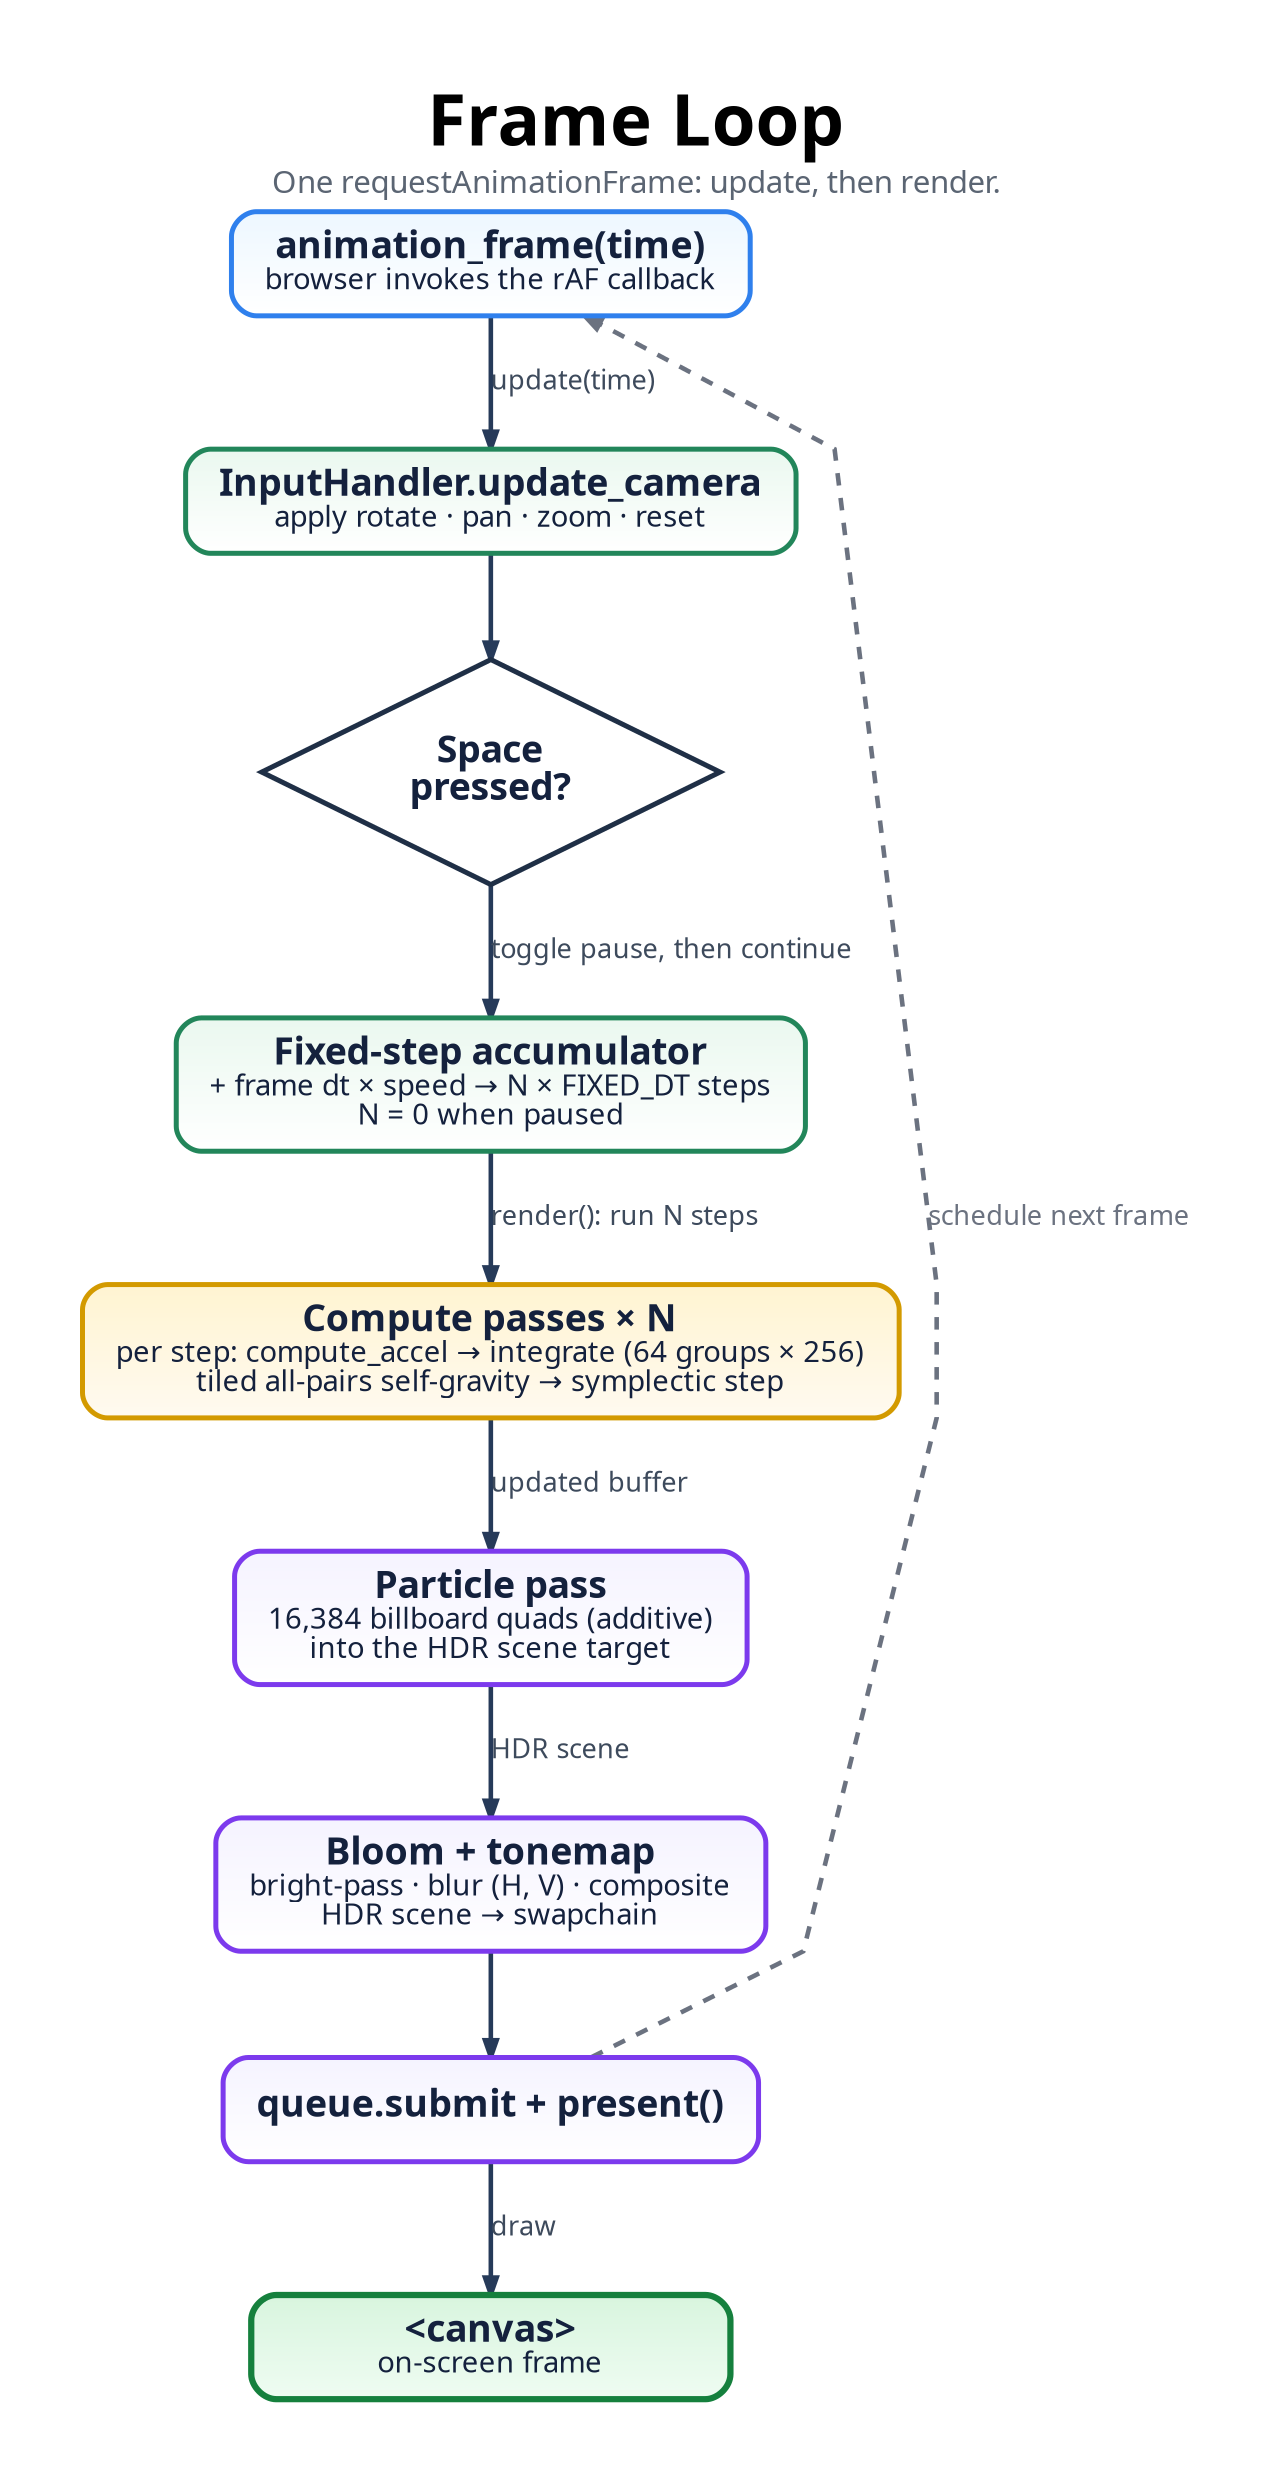
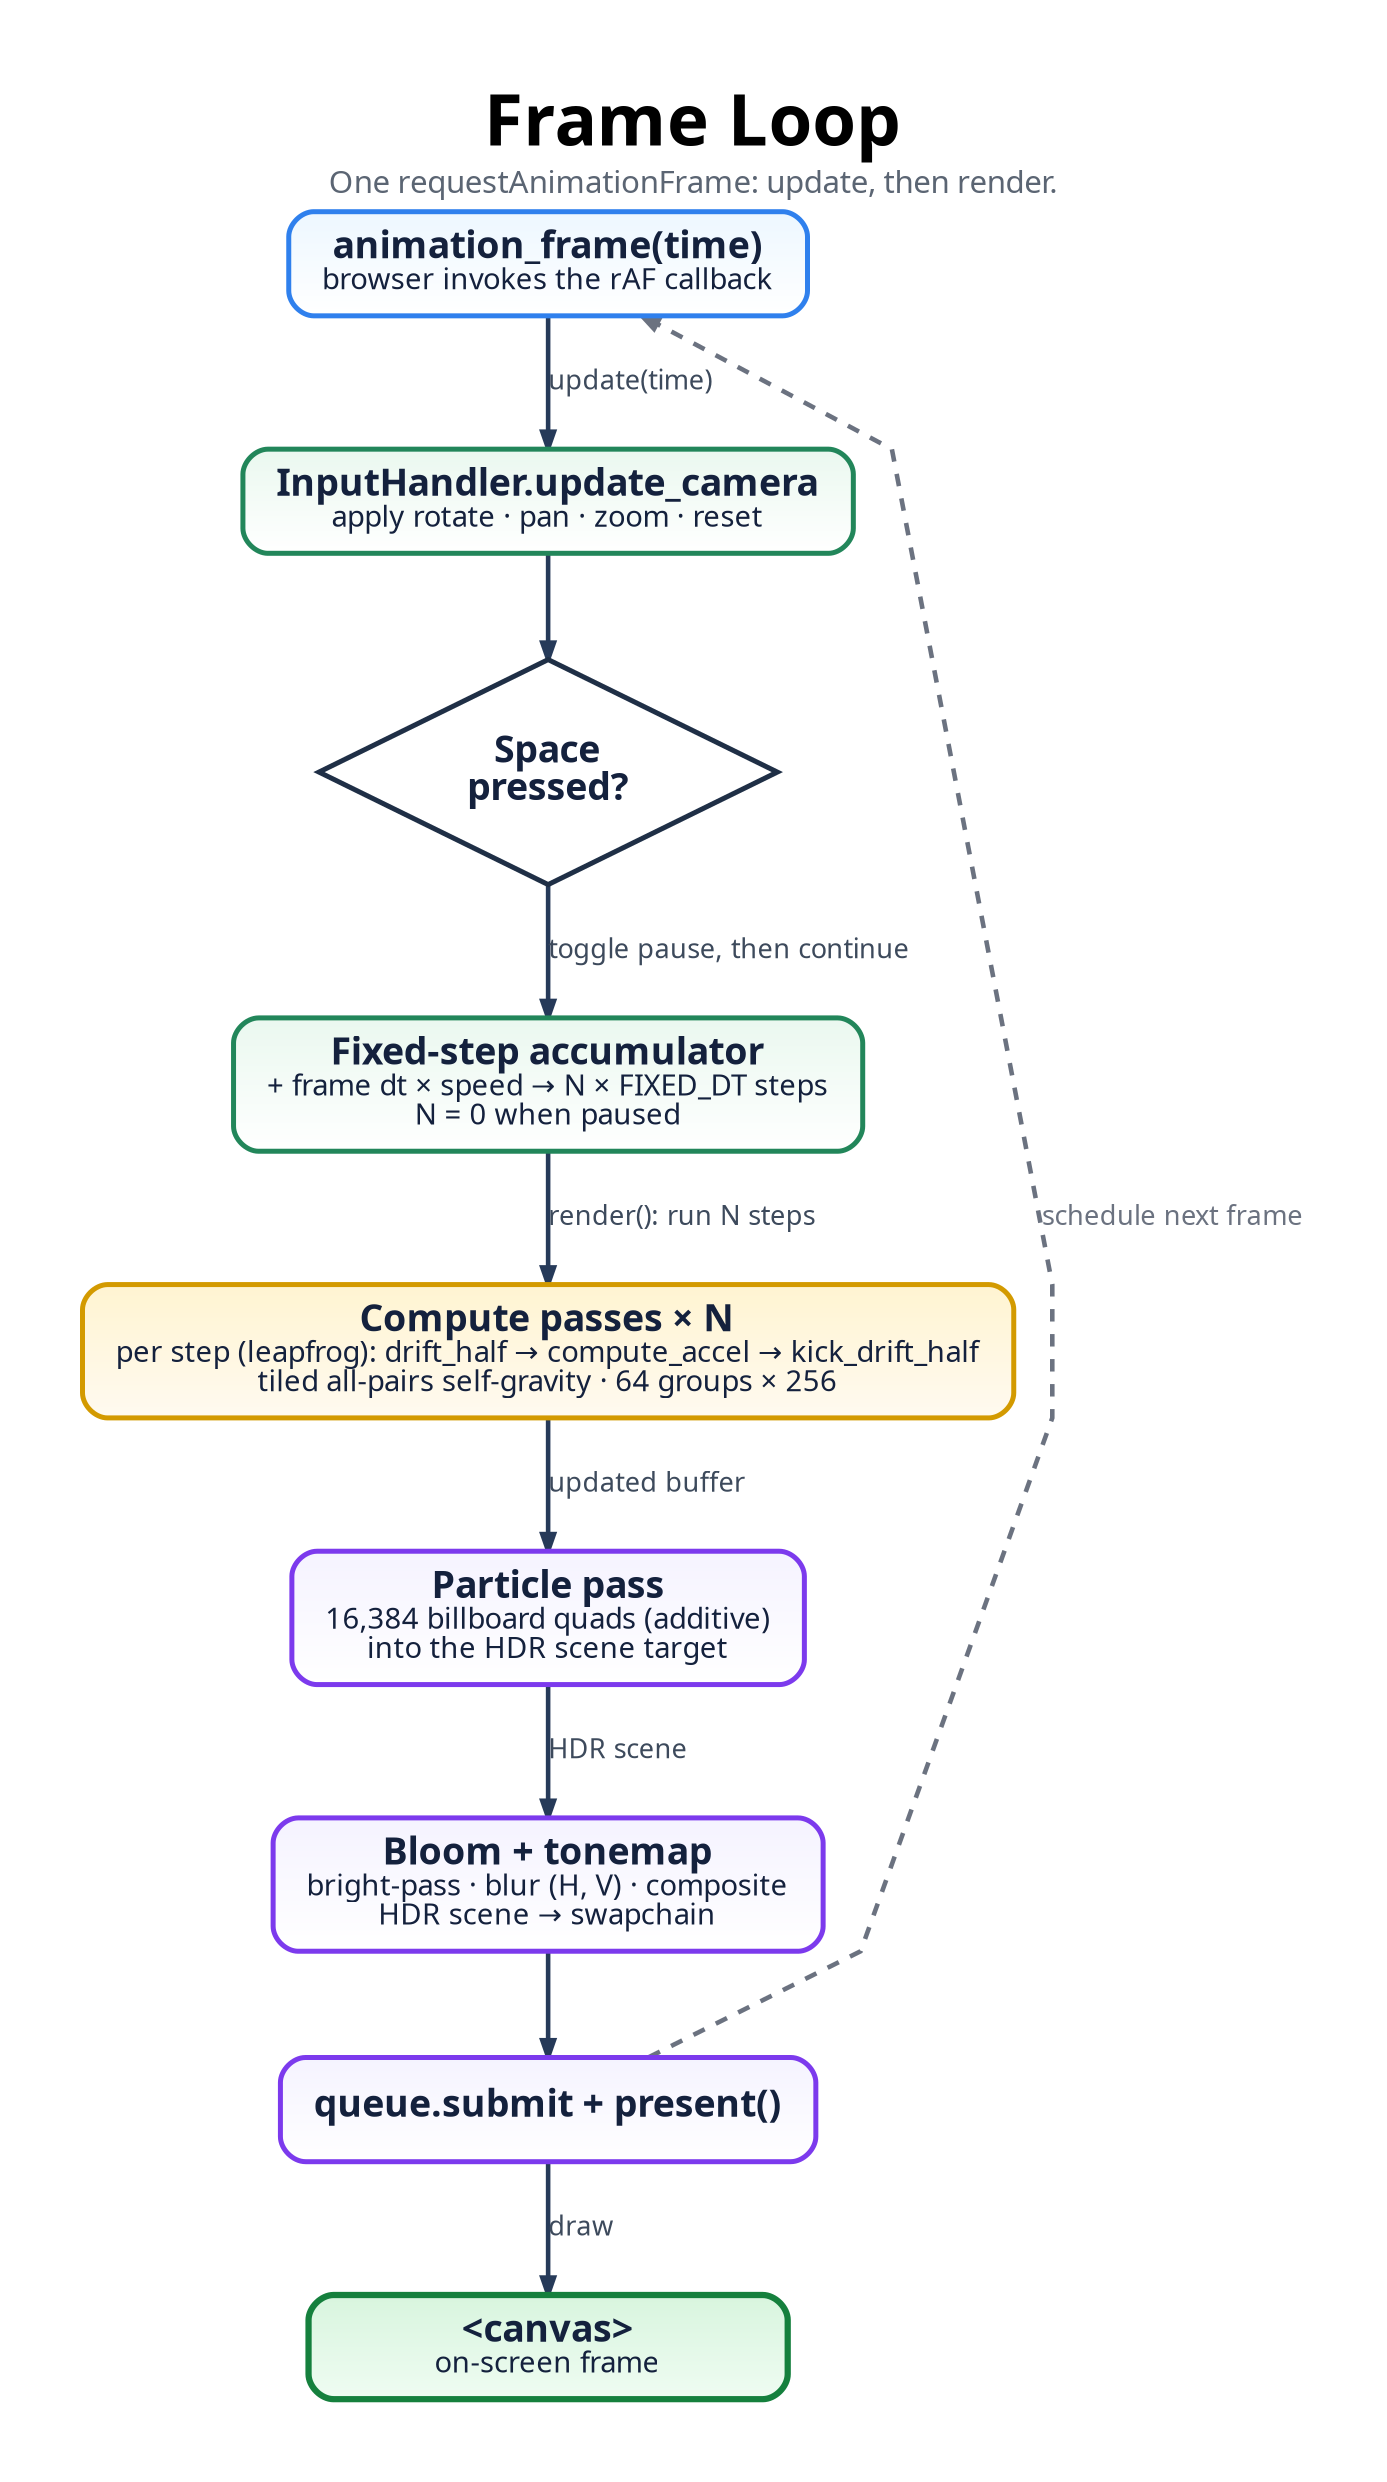
digraph FrameLoop {
  graph [
    rankdir=TB,
    bgcolor="#ffffff",
    pad="0.55",
    nodesep="0.5",
    ranksep="0.7",
    splines=polyline,
    outputorder=edgesfirst,
    newrank=true,
    forcelabels=true,
    fontname="Avenir",
    label=<
      <TABLE BORDER="0" CELLBORDER="0" CELLSPACING="0" CELLPADDING="0">
        <TR><TD><FONT POINT-SIZE="34"><B>Frame Loop</B></FONT></TD></TR>
        <TR><TD><FONT POINT-SIZE="15" COLOR="#5b6573">One requestAnimationFrame: update, then render.</FONT></TD></TR>
      </TABLE>
    >,
    labelloc=t,
    labeljust=c
  ];

  node [
    shape=box,
    style="rounded,filled",
    margin="0.22,0.13",
    width=3.2,
    height=0.7,
    fontname="Avenir",
    fontsize=18,
    penwidth=2.4,
    fontcolor="#14213d",
    color="#2264c7",
    fillcolor="#eaf3ff:#ffffff",
    gradientangle=270
  ];

  edge [
    color="#263a59",
    fontname="Avenir",
    fontsize=13,
    fontcolor="#3d4a5c",
    penwidth=2.2,
    arrowsize=0.8
  ];

  START [label=<<B>animation_frame(time)</B><BR/><FONT POINT-SIZE="14">browser invokes the rAF callback</FONT>>, fillcolor="#edf7ff:#ffffff", color="#2f80ed"];

  // update phase (green)
  U1 [label=<<B>InputHandler.update_camera</B><BR/><FONT POINT-SIZE="14">apply rotate · pan · zoom · reset</FONT>>, fillcolor="#eaf8ef:#ffffff", color="#22865a"];
  U2 [shape=diamond, style=filled, fillcolor="#ffffff", color="#1f2f46", penwidth=2.4, width=2.4, height=1.05, label=<<B>Space<BR/>pressed?</B>>];
  U3 [label=<<B>Fixed-step accumulator</B><BR/><FONT POINT-SIZE="14">+ frame dt × speed → N × FIXED_DT steps<BR/>N = 0 when paused</FONT>>, fillcolor="#eaf8ef:#ffffff", color="#22865a"];

  // render phase
-   CP [label=<<B>Compute passes × N</B><BR/><FONT POINT-SIZE="14">per step: compute_accel → integrate (64 groups × 256)<BR/>tiled all-pairs self-gravity → symplectic step</FONT>>, fillcolor="#fff4d1:#fffaf0", color="#d39a00"];
+   CP [label=<<B>Compute passes × N</B><BR/><FONT POINT-SIZE="14">per step (leapfrog): drift_half → compute_accel → kick_drift_half<BR/>tiled all-pairs self-gravity · 64 groups × 256</FONT>>, fillcolor="#fff4d1:#fffaf0", color="#d39a00"];
  RP [label=<<B>Particle pass</B><BR/><FONT POINT-SIZE="14">16,384 billboard quads (additive)<BR/>into the HDR scene target</FONT>>, fillcolor="#f5f3ff:#ffffff", color="#7c3aed"];
  BLOOM [label=<<B>Bloom + tonemap</B><BR/><FONT POINT-SIZE="14">bright-pass · blur (H, V) · composite<BR/>HDR scene → swapchain</FONT>>, fillcolor="#f5f3ff:#ffffff", color="#7c3aed"];
  PRES [label=<<B>queue.submit + present()</B>>, fillcolor="#f5f3ff:#ffffff", color="#7c3aed"];

  CANVAS [label=<<B>&lt;canvas&gt;</B><BR/><FONT POINT-SIZE="14">on-screen frame</FONT>>, fillcolor="#d8f5de:#effcf2", color="#15803d", penwidth=3.0];

  START -> U1 [label="update(time)"];
  U1 -> U2;
  U2 -> U3 [label="toggle pause, then continue"];
  U3 -> CP [label="render(): run N steps"];
  CP -> RP [label="updated buffer"];
  RP -> BLOOM [label="HDR scene"];
  BLOOM -> PRES;
  PRES -> CANVAS [label="draw"];

  PRES -> START [label="schedule next frame", color="#6b7280", fontcolor="#6b7280", style=dashed, constraint=false];
}
